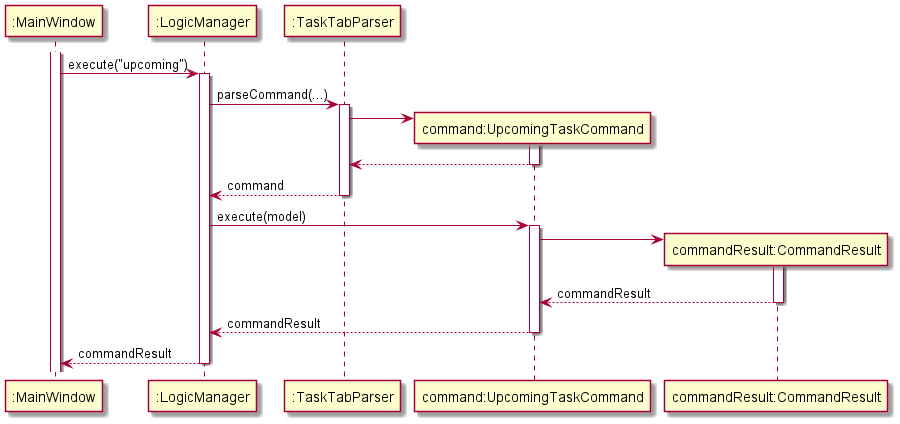
This is docs/diagrams/UpcomingTaskCommandSequenceDiagram.png from nus-cs2103-AY2122S1/tp, a PlantUML export, as it was before one commit.
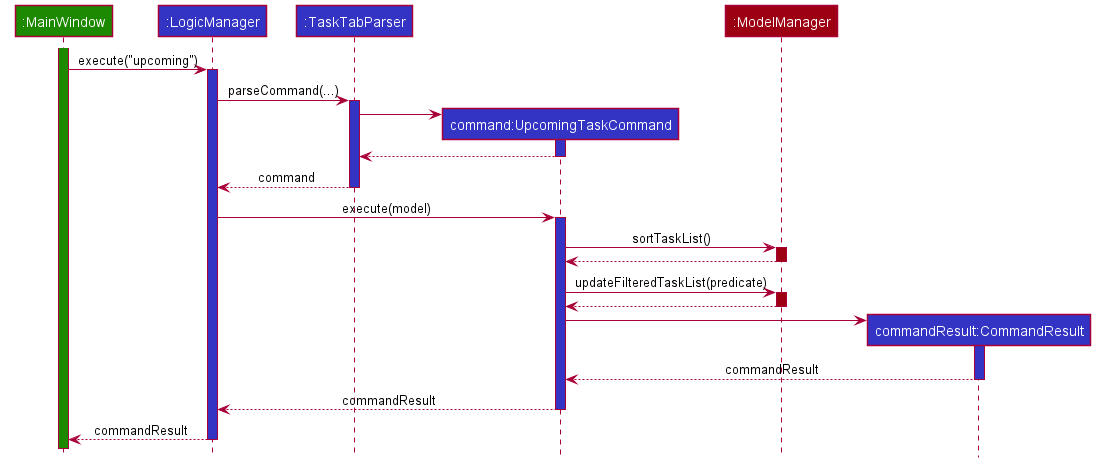
The same diagram one commit later.

Commit message:
Update DG Requirements Change Sequence Diagram for Upcoming Task Command

Diff of the diagram source:
```diff
@@ -1,20 +1,22 @@
 @startuml
-participant ":MainWindow" as MainWindow
-participant ":LogicManager" as LogicManager
-participant ":TaskTabParser" as TaskTabParser
-participant "command:UpcomingTaskCommand" as UpcomingTaskCommand
-participant "commandResult:CommandResult" as CommandResult
+!include style.puml
+participant ":MainWindow" as MainWindow UI_COLOR
+participant ":LogicManager" as LogicManager LOGIC_COLOR
+participant ":TaskTabParser" as TaskTabParser LOGIC_COLOR
+participant "command:UpcomingTaskCommand" as UpcomingTaskCommand LOGIC_COLOR
+participant ":ModelManager" as ModelManager MODEL_COLOR
+participant "commandResult:CommandResult" as CommandResult LOGIC_COLOR
 
-activate MainWindow
+activate MainWindow UI_COLOR
 MainWindow -> LogicManager: execute("upcoming")
-activate LogicManager
+activate LogicManager LOGIC_COLOR
 
 LogicManager -> TaskTabParser: parseCommand(...)
-activate TaskTabParser
+activate TaskTabParser LOGIC_COLOR
 
 create UpcomingTaskCommand
 TaskTabParser -> UpcomingTaskCommand
-activate UpcomingTaskCommand
+activate UpcomingTaskCommand LOGIC_COLOR
 UpcomingTaskCommand --> TaskTabParser
 deactivate UpcomingTaskCommand
 
@@ -22,11 +24,21 @@
 deactivate TaskTabParser
 
 LogicManager -> UpcomingTaskCommand: execute(model)
-activate UpcomingTaskCommand
+activate UpcomingTaskCommand LOGIC_COLOR
+
+UpcomingTaskCommand -> ModelManager: sortTaskList()
+activate ModelManager MODEL_COLOR
+ModelManager --> UpcomingTaskCommand
+deactivate ModelManager
+
+UpcomingTaskCommand -> ModelManager: updateFilteredTaskList(predicate)
+activate ModelManager MODEL_COLOR
+ModelManager --> UpcomingTaskCommand
+deactivate ModelManager
 
 create CommandResult
 UpcomingTaskCommand -> CommandResult
-activate CommandResult
+activate CommandResult LOGIC_COLOR
 CommandResult --> UpcomingTaskCommand: commandResult
 deactivate CommandResult
 
```
